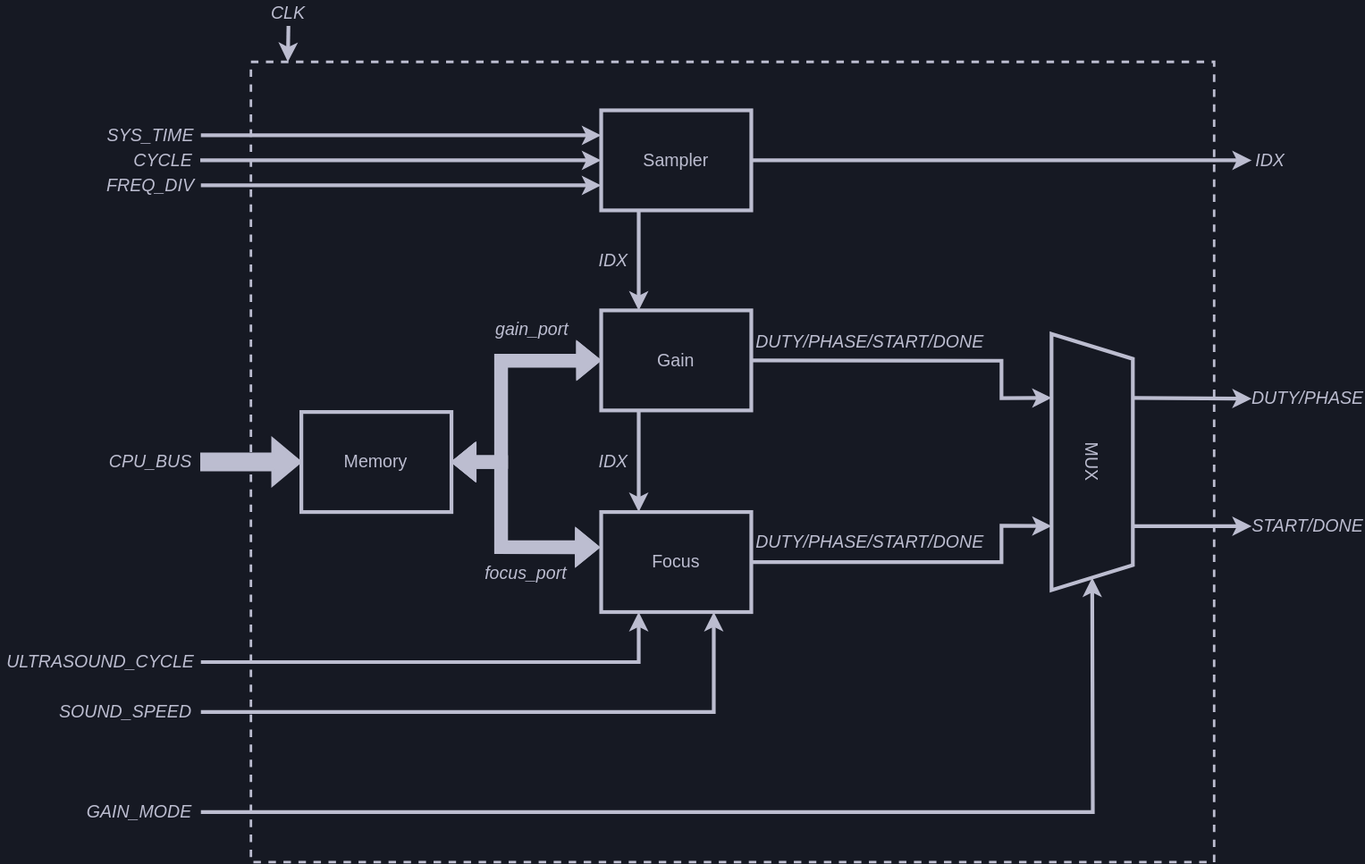
The draw.io diagram docs/src/figs/stm_operator/diagram.svg in shinolab/autd3-old-monorepo, before a commit. Source tidied: cells renumbered, new cells last; positions are measured from the earlier drawing's top-left corner, leaving out a move shared by most shapes.
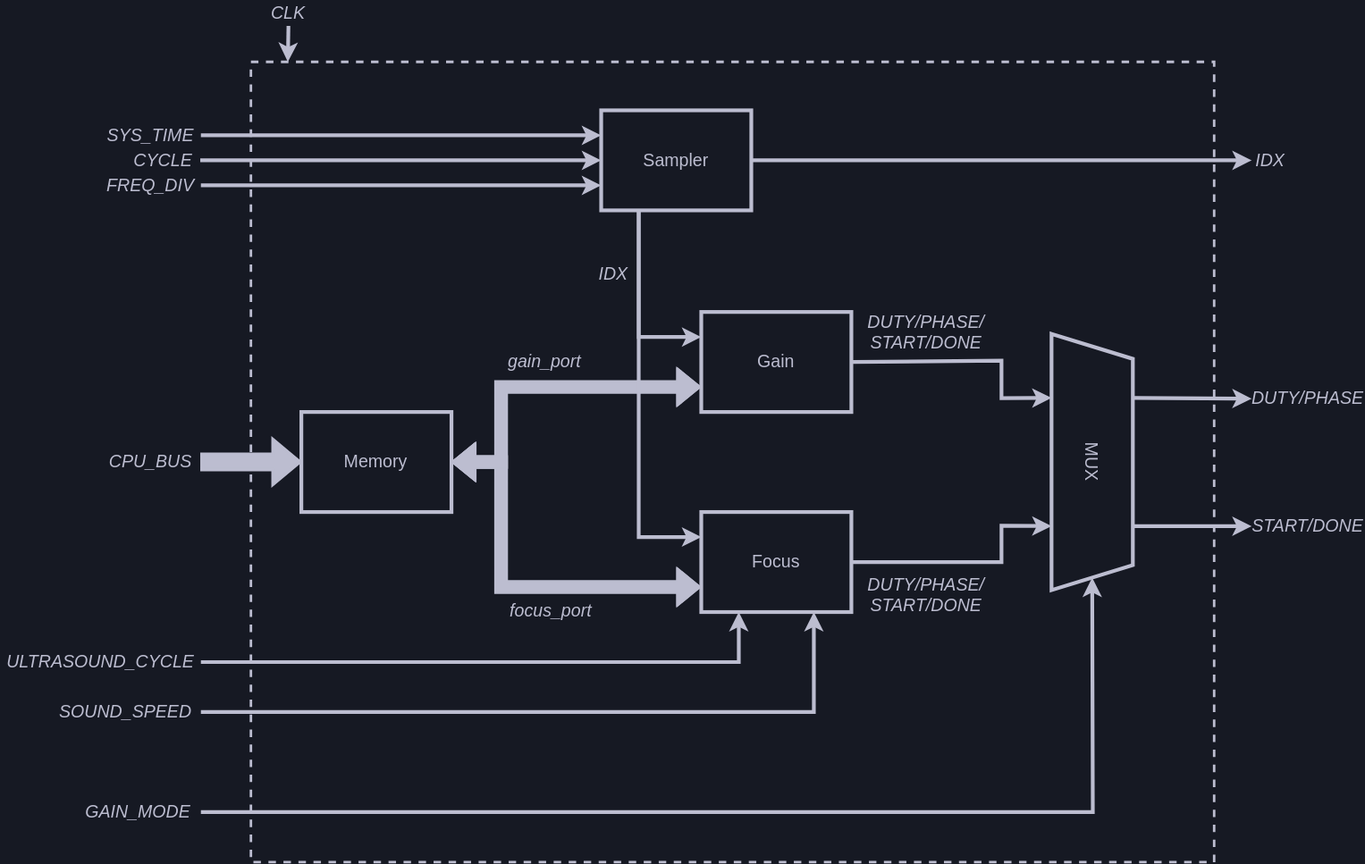
The same diagram one commit later.

Change to the diagram source:
```diff
@@ -13,17 +13,18 @@
         </Array>
       </mxGeometry>
     </mxCell>
-    <mxCell id="4" style="edgeStyle=none;rounded=0;jumpStyle=arc;jumpSize=22;html=1;exitX=0.25;exitY=1;exitDx=0;exitDy=0;entryX=0.25;entryY=0;entryDx=0;entryDy=0;strokeColor=#BCBDD0;strokeWidth=3;" parent="1" edge="1" source="5" target="6">
-      <mxGeometry relative="1" as="geometry" />
-    </mxCell>
     <mxCell id="5" value="Gain" style="rounded=0;whiteSpace=wrap;html=1;fontFamily=Helvetica;fontSize=14;fontColor=#BCBDD0;strokeColor=#BCBDD0;strokeWidth=3;fillColor=none;" parent="1" vertex="1">
-      <mxGeometry x="480" y="247.7" width="120" height="80" as="geometry" />
+      <mxGeometry x="560" y="249" width="120" height="80" as="geometry" />
     </mxCell>
     <mxCell id="6" value="&lt;font style=&quot;font-size: 14px&quot;&gt;Focus&lt;br style=&quot;font-size: 14px&quot;&gt;&lt;/font&gt;" style="rounded=0;whiteSpace=wrap;html=1;fontColor=#BCBDD0;labelBackgroundColor=none;fillColor=none;strokeColor=#bcbdd0;strokeWidth=3;fontSize=14;" parent="1" vertex="1">
-      <mxGeometry x="480" y="409" width="120" height="80" as="geometry" />
+      <mxGeometry x="560" y="409" width="120" height="80" as="geometry" />
     </mxCell>
-    <mxCell id="7" style="edgeStyle=none;rounded=0;jumpStyle=arc;jumpSize=22;html=1;exitX=0.25;exitY=1;exitDx=0;exitDy=0;entryX=0.25;entryY=0;entryDx=0;entryDy=0;strokeColor=#BCBDD0;strokeWidth=3;" parent="1" edge="1" source="8" target="5">
-      <mxGeometry relative="1" as="geometry" />
+    <mxCell id="7" style="edgeStyle=none;rounded=0;jumpStyle=arc;jumpSize=22;html=1;exitX=0.25;exitY=1;exitDx=0;exitDy=0;entryX=0;entryY=0.25;entryDx=0;entryDy=0;strokeColor=#BCBDD0;strokeWidth=3;" parent="1" edge="1" source="8" target="5">
+      <mxGeometry relative="1" as="geometry">
+        <Array as="points">
+          <mxPoint x="510" y="269" />
+        </Array>
+      </mxGeometry>
     </mxCell>
     <mxCell id="8" value="Sampler" style="rounded=0;whiteSpace=wrap;html=1;fontFamily=Helvetica;fontSize=14;fontColor=#BCBDD0;strokeColor=#BCBDD0;strokeWidth=3;fillColor=none;" parent="1" vertex="1">
       <mxGeometry x="480" y="87.7" width="120" height="80" as="geometry" />
@@ -52,11 +53,11 @@
     <mxCell id="16" value="CLK" style="text;html=1;strokeColor=none;fillColor=none;align=center;verticalAlign=middle;whiteSpace=wrap;rounded=0;labelBackgroundColor=none;fontSize=14;fontColor=#BCBDD0;fontStyle=2;" parent="1" vertex="1">
       <mxGeometry x="200" y="0.3" width="60" height="20" as="geometry" />
     </mxCell>
-    <mxCell id="17" style="endArrow=classic;html=1;rounded=0;fontSize=14;fontColor=#BCBDD0;strokeColor=#bcbdd0;strokeWidth=3;entryX=0.093;entryY=-0.003;entryDx=0;entryDy=0;exitX=0.5;exitY=1;exitDx=0;exitDy=0;entryPerimeter=0;" parent="1" edge="1" source="16">
-      <mxGeometry relative="1" as="geometry">
-        <mxPoint x="229.5" y="49" as="targetPoint" />
-      </mxGeometry>
-    </mxCell>
+    <mxCell id="42" style="endArrow=classic;html=1;rounded=0;fontSize=14;fontColor=#BCBDD0;strokeColor=#bcbdd0;strokeWidth=3;entryX=0.093;entryY=-0.003;entryDx=0;entryDy=0;exitX=0.5;exitY=1;exitDx=0;exitDy=0;entryPerimeter=0;" parent="1" edge="1" source="16">
+      <mxGeometry relative="1" as="geometry">
+        <mxPoint x="229.5" y="49" as="targetPoint" />
+      </mxGeometry>
+    </mxCell>
     <mxCell id="18" value="&lt;span style=&quot;font-size: 14px&quot;&gt;FREQ_DIV&lt;/span&gt;" style="text;html=1;strokeColor=none;fillColor=none;align=center;verticalAlign=middle;whiteSpace=wrap;rounded=0;labelBackgroundColor=none;fontSize=14;fontColor=#BCBDD0;fontStyle=2;" parent="1" vertex="1">
       <mxGeometry x="80" y="127.7" width="80" height="40" as="geometry" />
     </mxCell>
@@ -69,29 +70,29 @@
     <mxCell id="21" value="&lt;i style=&quot;font-size: 14px&quot;&gt;IDX&lt;/i&gt;" style="text;html=1;strokeColor=none;fillColor=none;align=center;verticalAlign=middle;whiteSpace=wrap;rounded=0;labelBackgroundColor=none;fontSize=14;fontColor=#BCBDD0;" parent="1" vertex="1">
       <mxGeometry x="1000" y="113.4" width="30.3" height="28.7" as="geometry" />
     </mxCell>
-    <mxCell id="22" style="shape=flexArrow;endArrow=classic;html=1;rounded=0;labelBackgroundColor=default;fontFamily=Helvetica;fontSize=14;fontColor=#BCBDD0;strokeColor=#BCBDD0;strokeWidth=1;jumpStyle=arc;entryX=-0.008;entryY=0.353;entryDx=0;entryDy=0;fillColor=#BCBDD0;exitX=1;exitY=0.5;exitDx=0;exitDy=0;startArrow=block;endSize=6;entryPerimeter=0;" parent="1" edge="1" source="9" target="6">
+    <mxCell id="22" style="shape=flexArrow;endArrow=classic;html=1;rounded=0;labelBackgroundColor=default;fontFamily=Helvetica;fontSize=14;fontColor=#BCBDD0;strokeColor=#BCBDD0;strokeWidth=1;jumpStyle=arc;entryX=0;entryY=0.75;entryDx=0;entryDy=0;fillColor=#BCBDD0;exitX=1;exitY=0.5;exitDx=0;exitDy=0;startArrow=block;endSize=6;" parent="1" edge="1" source="9" target="6">
       <mxGeometry relative="1" as="geometry">
         <Array as="points">
           <mxPoint x="400" y="369" />
-          <mxPoint x="400" y="437" />
+          <mxPoint x="400" y="469" />
         </Array>
       </mxGeometry>
     </mxCell>
     <mxCell id="23" value="MUX" style="shape=trapezoid;perimeter=trapezoidPerimeter;whiteSpace=wrap;html=1;fixedSize=1;rounded=0;fontFamily=Helvetica;fontSize=14;fontColor=#BCBDD0;strokeColor=#BCBDD0;strokeWidth=3;fillColor=none;rotation=90;size=20;" parent="1" vertex="1">
       <mxGeometry x="770" y="336.5" width="205" height="65" as="geometry" />
     </mxCell>
-    <mxCell id="24" style="shape=flexArrow;endArrow=classic;html=1;rounded=0;labelBackgroundColor=default;fontFamily=Helvetica;fontSize=14;fontColor=#BCBDD0;strokeColor=#BCBDD0;strokeWidth=1;jumpStyle=arc;entryX=0;entryY=0.5;entryDx=0;entryDy=0;fillColor=#BCBDD0;startArrow=block;endSize=6;" parent="1" edge="1" target="5">
-      <mxGeometry relative="1" as="geometry">
-        <mxPoint x="360" y="369" as="sourcePoint" />
-        <Array as="points">
-          <mxPoint x="400" y="369" />
-          <mxPoint x="400" y="288" />
-        </Array>
-      </mxGeometry>
-    </mxCell>
-    <mxCell id="25" value="&lt;i style=&quot;font-size: 14px&quot;&gt;DUTY/PHASE/START/DONE&lt;/i&gt;" style="text;html=1;strokeColor=none;fillColor=none;align=center;verticalAlign=middle;whiteSpace=wrap;rounded=0;labelBackgroundColor=none;fontSize=14;fontColor=#BCBDD0;" parent="1" vertex="1">
-      <mxGeometry x="600" y="259" width="190" height="28.7" as="geometry" />
-    </mxCell>
+    <mxCell id="43" style="shape=flexArrow;endArrow=classic;html=1;rounded=0;labelBackgroundColor=default;fontFamily=Helvetica;fontSize=14;fontColor=#BCBDD0;strokeColor=#BCBDD0;strokeWidth=1;jumpStyle=arc;entryX=0;entryY=0.75;entryDx=0;entryDy=0;fillColor=#BCBDD0;startArrow=block;endSize=6;" parent="1" edge="1" target="5">
+      <mxGeometry relative="1" as="geometry">
+        <mxPoint x="360" y="369" as="sourcePoint" />
+        <Array as="points">
+          <mxPoint x="400" y="369" />
+          <mxPoint x="400" y="309" />
+        </Array>
+      </mxGeometry>
+    </mxCell>
+    <mxCell id="44" value="&lt;i style=&quot;font-size: 14px&quot;&gt;DUTY/PHASE/&lt;br&gt;START/DONE&lt;/i&gt;" style="text;html=1;strokeColor=none;fillColor=none;align=center;verticalAlign=middle;whiteSpace=wrap;rounded=0;labelBackgroundColor=none;fontSize=14;fontColor=#BCBDD0;" parent="1" vertex="1">
+      <mxGeometry x="690" y="250.3" width="100" height="28.7" as="geometry" />
+    </mxCell>
     <mxCell id="26" style="edgeStyle=none;rounded=0;jumpStyle=arc;jumpSize=22;html=1;exitX=1;exitY=0.5;exitDx=0;exitDy=0;entryX=0.75;entryY=1;entryDx=0;entryDy=0;strokeWidth=3;strokeColor=#BCBDD0;" parent="1" edge="1" source="6" target="23">
       <mxGeometry relative="1" as="geometry">
         <Array as="points">
@@ -100,20 +101,17 @@
         </Array>
       </mxGeometry>
     </mxCell>
-    <mxCell id="27" value="&lt;i style=&quot;font-size: 14px&quot;&gt;DUTY/PHASE/START/DONE&lt;/i&gt;" style="text;html=1;strokeColor=none;fillColor=none;align=center;verticalAlign=middle;whiteSpace=wrap;rounded=0;labelBackgroundColor=none;fontSize=14;fontColor=#BCBDD0;" parent="1" vertex="1">
-      <mxGeometry x="600" y="419" width="190" height="28.7" as="geometry" />
-    </mxCell>
-    <mxCell id="28" value="IDX" style="text;html=1;strokeColor=none;fillColor=none;align=center;verticalAlign=middle;whiteSpace=wrap;rounded=0;labelBackgroundColor=none;fontSize=14;fontColor=#BCBDD0;fontStyle=2;" parent="1" vertex="1">
-      <mxGeometry x="470" y="197.7" width="40" height="20" as="geometry" />
-    </mxCell>
-    <mxCell id="29" value="IDX" style="text;html=1;strokeColor=none;fillColor=none;align=center;verticalAlign=middle;whiteSpace=wrap;rounded=0;labelBackgroundColor=none;fontSize=14;fontColor=#BCBDD0;fontStyle=2;" parent="1" vertex="1">
-      <mxGeometry x="470" y="359" width="40" height="20" as="geometry" />
-    </mxCell>
+    <mxCell id="45" value="&lt;i style=&quot;font-size: 14px&quot;&gt;DUTY/PHASE/&lt;br&gt;START/DONE&lt;/i&gt;" style="text;html=1;strokeColor=none;fillColor=none;align=center;verticalAlign=middle;whiteSpace=wrap;rounded=0;labelBackgroundColor=none;fontSize=14;fontColor=#BCBDD0;" parent="1" vertex="1">
+      <mxGeometry x="690" y="460.3" width="100" height="28.7" as="geometry" />
+    </mxCell>
+    <mxCell id="46" value="IDX" style="text;html=1;strokeColor=none;fillColor=none;align=center;verticalAlign=middle;whiteSpace=wrap;rounded=0;labelBackgroundColor=none;fontSize=14;fontColor=#BCBDD0;fontStyle=2;" parent="1" vertex="1">
+      <mxGeometry x="470" y="209" width="40" height="20" as="geometry" />
+    </mxCell>
     <mxCell id="30" value="gain_port" style="text;html=1;strokeColor=none;fillColor=none;align=center;verticalAlign=middle;whiteSpace=wrap;rounded=0;labelBackgroundColor=none;fontSize=14;fontColor=#BCBDD0;fontStyle=2;" parent="1" vertex="1">
-      <mxGeometry x="390" y="253.4" width="70" height="20" as="geometry" />
+      <mxGeometry x="400" y="279" width="70" height="20" as="geometry" />
     </mxCell>
     <mxCell id="31" value="focus_port" style="text;html=1;strokeColor=none;fillColor=none;align=center;verticalAlign=middle;whiteSpace=wrap;rounded=0;labelBackgroundColor=none;fontSize=14;fontColor=#BCBDD0;fontStyle=2;" parent="1" vertex="1">
-      <mxGeometry x="380" y="447.7" width="80" height="20" as="geometry" />
+      <mxGeometry x="400" y="477.7" width="80" height="20" as="geometry" />
     </mxCell>
     <mxCell id="32" style="edgeStyle=none;rounded=0;jumpStyle=arc;jumpSize=22;html=1;strokeColor=#BCBDD0;strokeWidth=3;exitX=0.75;exitY=0;exitDx=0;exitDy=0;entryX=0;entryY=0.5;entryDx=0;entryDy=0;" parent="1" edge="1" source="23" target="34">
       <mxGeometry relative="1" as="geometry" />
@@ -127,22 +125,23 @@
     <mxCell id="35" style="edgeStyle=none;rounded=0;jumpStyle=arc;jumpSize=22;html=1;exitX=1;exitY=0.5;exitDx=0;exitDy=0;strokeColor=#BCBDD0;strokeWidth=3;entryX=0;entryY=0.5;entryDx=0;entryDy=0;" parent="1" edge="1" source="8" target="21">
       <mxGeometry relative="1" as="geometry" />
     </mxCell>
-    <mxCell id="36" style="edgeStyle=none;rounded=0;jumpStyle=arc;jumpSize=22;html=1;strokeColor=#BCBDD0;strokeWidth=3;entryX=0.25;entryY=1;entryDx=0;entryDy=0;" parent="1" edge="1" target="6">
-      <mxGeometry relative="1" as="geometry">
-        <mxPoint x="160" y="529" as="sourcePoint" />
-        <Array as="points">
-          <mxPoint x="510" y="529" />
-        </Array>
-      </mxGeometry>
-    </mxCell>
-    <mxCell id="37" style="edgeStyle=none;rounded=0;jumpStyle=arc;jumpSize=22;html=1;strokeColor=#BCBDD0;strokeWidth=3;entryX=0.75;entryY=1;entryDx=0;entryDy=0;" parent="1" edge="1" target="6">
-      <mxGeometry relative="1" as="geometry">
-        <mxPoint x="160" y="569" as="sourcePoint" />
-        <Array as="points">
-          <mxPoint x="570" y="569" />
-        </Array>
-      </mxGeometry>
-    </mxCell>
+    <mxCell id="47" style="edgeStyle=none;rounded=0;jumpStyle=arc;jumpSize=22;html=1;strokeColor=#BCBDD0;strokeWidth=3;entryX=0.25;entryY=1;entryDx=0;entryDy=0;" parent="1" edge="1" target="6">
+      <mxGeometry relative="1" as="geometry">
+        <mxPoint x="160" y="529" as="sourcePoint" />
+        <Array as="points">
+          <mxPoint x="590" y="529" />
+        </Array>
+      </mxGeometry>
+    </mxCell>
+    <mxCell id="48" style="edgeStyle=none;rounded=0;jumpStyle=arc;jumpSize=22;html=1;strokeColor=#BCBDD0;strokeWidth=3;entryX=0.75;entryY=1;entryDx=0;entryDy=0;" parent="1" edge="1" target="6">
+      <mxGeometry relative="1" as="geometry">
+        <mxPoint x="160" y="569" as="sourcePoint" />
+        <Array as="points">
+          <mxPoint x="590" y="569" />
+          <mxPoint x="650" y="569" />
+        </Array>
+      </mxGeometry>
+    </mxCell>
     <mxCell id="38" style="edgeStyle=none;rounded=0;jumpStyle=arc;jumpSize=22;html=1;strokeColor=#BCBDD0;strokeWidth=3;entryX=1;entryY=0.5;entryDx=0;entryDy=0;exitX=1;exitY=0.5;exitDx=0;exitDy=0;" parent="1" edge="1" source="41" target="23">
       <mxGeometry relative="1" as="geometry">
         <Array as="points">
@@ -159,5 +158,12 @@
     <mxCell id="41" value="GAIN_MODE" style="text;html=1;strokeColor=none;fillColor=none;align=center;verticalAlign=middle;whiteSpace=wrap;rounded=0;labelBackgroundColor=none;fontSize=14;fontColor=#BCBDD0;fontStyle=2;" parent="1" vertex="1">
       <mxGeometry x="60.5" y="629" width="99.5" height="40" as="geometry" />
     </mxCell>
+    <mxCell id="49" style="edgeStyle=none;rounded=0;jumpStyle=none;jumpSize=22;html=1;exitX=0.25;exitY=1;exitDx=0;exitDy=0;entryX=0;entryY=0.25;entryDx=0;entryDy=0;strokeColor=#BCBDD0;strokeWidth=3;" parent="1" edge="1" source="8" target="6">
+      <mxGeometry relative="1" as="geometry">
+        <Array as="points">
+          <mxPoint x="510" y="429" />
+        </Array>
+      </mxGeometry>
+    </mxCell>
   </root>
 </mxGraphModel>
```
